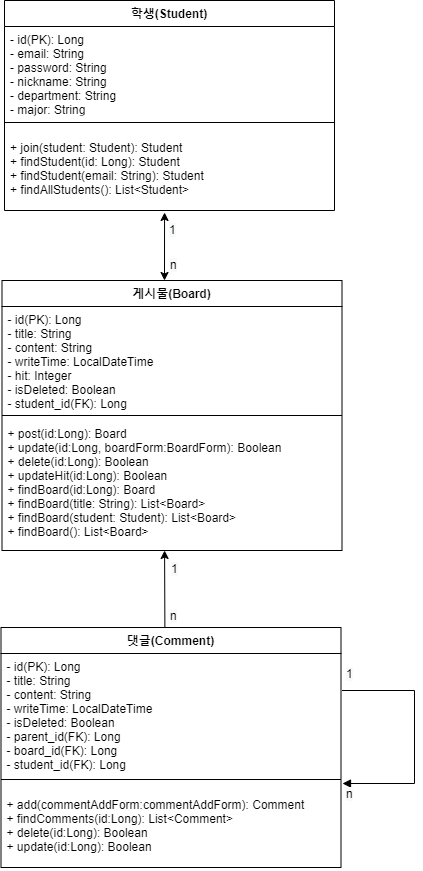
SangHyunGil/BasicBoard keeps this draw.io diagram as img/diagram.png. Above is the earlier version. Source tidied: cells renumbered, new cells last; positions are measured from the earlier drawing's top-left corner, leaving out a move shared by most shapes.
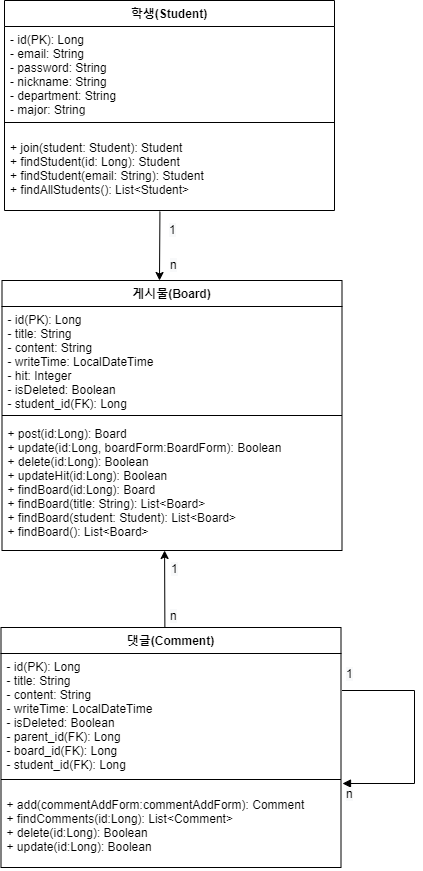
The same file after the commit.

Diff of the diagram source:
```diff
@@ -72,10 +72,10 @@
     <mxCell id="21" value="&lt;span style=&quot;color: rgb(0 , 0 , 0) ; font-family: &amp;#34;helvetica&amp;#34; ; font-size: 12px ; font-style: normal ; font-weight: 400 ; letter-spacing: normal ; text-align: left ; text-indent: 0px ; text-transform: none ; word-spacing: 0px ; background-color: rgb(248 , 249 , 250) ; display: inline ; float: none&quot;&gt;n&lt;/span&gt;" style="text;whiteSpace=wrap;html=1;" parent="1" vertex="1">
       <mxGeometry x="344" y="780" width="40" height="30" as="geometry" />
     </mxCell>
-    <mxCell id="22" style="endArrow=classic;startArrow=classic;html=1;rounded=0;entryX=0.485;entryY=1.026;entryDx=0;entryDy=0;entryPerimeter=0;" parent="1" edge="1" target="14">
-      <mxGeometry relative="1" as="geometry">
-        <mxPoint x="164" y="280" as="sourcePoint" />
-      </mxGeometry>
-    </mxCell>
+    <mxCell id="23" style="endArrow=classic;html=1;exitX=0.471;exitY=1.014;exitDx=0;exitDy=0;exitPerimeter=0;" parent="1" edge="1" source="14">
+      <mxGeometry relative="1" as="geometry">
+        <mxPoint x="159" y="280" as="targetPoint" />
+      </mxGeometry>
+    </mxCell>
   </root>
 </mxGraphModel>
```
